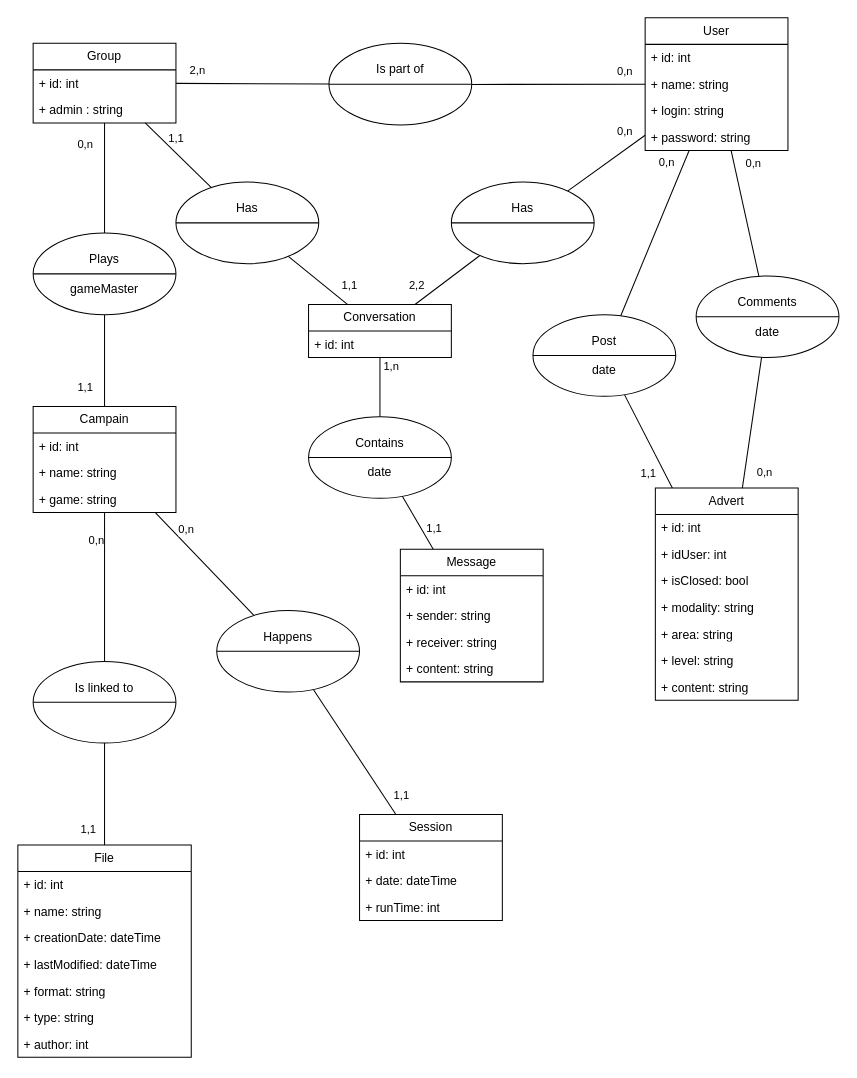
Before: page "MCD" (1 of 4) of Documentation/Diagrames.drawio in ThreeLeggedDuckling/I3WAD_SymfonyProject, a draw.io diagram. Source tidied: cells renumbered, new cells numbered last; positions are measured from the earlier drawing's top-left corner, leaving out a move shared by most shapes. Both pictures are drawn from the tidied source at 102%, with x=0, y=0 at pixel (17, 17).
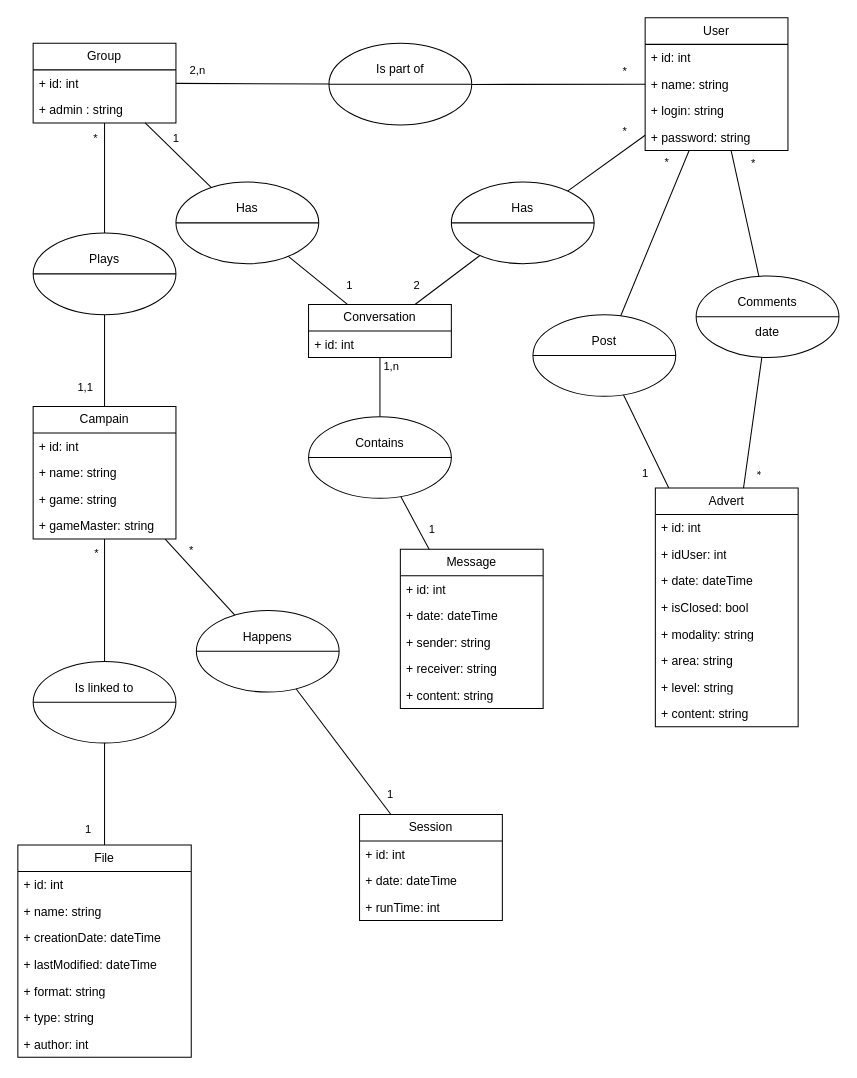
Above is the later version.

Unchanged cells that the change refers to:
```xml
<mxCell id="41" style="endArrow=none;html=1;rounded=0;" parent="1" edge="1" source="80" target="7">
  <mxGeometry relative="1" as="geometry" />
</mxCell>
<mxCell id="43" style="endArrow=none;html=1;rounded=0;" parent="1" edge="1" source="78" target="7">
  <mxGeometry relative="1" as="geometry" />
</mxCell>
<mxCell id="45" style="endArrow=none;html=1;rounded=0;" parent="1" edge="1" source="79" target="2">
  <mxGeometry relative="1" as="geometry" />
</mxCell>
<mxCell id="49" style="endArrow=none;html=1;rounded=0;" parent="1" edge="1" source="82" target="2">
  <mxGeometry relative="1" as="geometry" />
</mxCell>
<mxCell id="51" style="endArrow=none;html=1;rounded=0;" parent="1" edge="1" source="77" target="2">
  <mxGeometry relative="1" as="geometry" />
</mxCell>
<mxCell id="55" style="endArrow=none;html=1;rounded=0;" parent="1" edge="1" source="18" target="78">
  <mxGeometry relative="1" as="geometry" />
</mxCell>
<mxCell id="57" style="endArrow=none;html=1;rounded=0;" parent="1" edge="1" source="79" target="18">
  <mxGeometry relative="1" as="geometry" />
</mxCell>
<mxCell id="59" style="endArrow=none;html=1;rounded=0;" parent="1" edge="1" source="81" target="20">
  <mxGeometry relative="1" as="geometry" />
</mxCell>
<mxCell id="61" style="endArrow=none;html=1;rounded=0;" parent="1" edge="1" source="83" target="2">
  <mxGeometry relative="1" as="geometry" />
</mxCell>
<mxCell id="63" style="endArrow=none;html=1;rounded=0;" parent="1" edge="1" source="10" target="82">
  <mxGeometry relative="1" as="geometry" />
</mxCell>
<mxCell id="65" style="endArrow=none;html=1;rounded=0;" parent="1" edge="1" source="10" target="83">
  <mxGeometry relative="1" as="geometry" />
</mxCell>
<mxCell id="69" style="endArrow=none;html=1;rounded=0;" parent="1" edge="1" source="29" target="85">
  <mxGeometry relative="1" as="geometry" />
</mxCell>
<mxCell id="71" style="endArrow=none;html=1;rounded=0;" parent="1" edge="1" source="37" target="84">
  <mxGeometry relative="1" as="geometry" />
</mxCell>
<mxCell id="73" style="endArrow=none;html=1;rounded=0;" parent="1" edge="1" source="85" target="25">
  <mxGeometry relative="1" as="geometry" />
</mxCell>
<mxCell id="75" style="endArrow=none;html=1;rounded=0;" parent="1" edge="1" source="84" target="25">
  <mxGeometry relative="1" as="geometry" />
</mxCell>
```

What changed in the source:
```diff
@@
     <mxCell id="10" value="Advert" style="swimlane;fontStyle=0;horizontal=1;startSize=26;fillColor=none;whiteSpace=wrap;html=1;" parent="1" vertex="1">
-      <mxGeometry x="625" y="461" width="140" height="208" as="geometry" />
+      <mxGeometry x="625" y="461" width="140" height="234" as="geometry" />
     </mxCell>
@@
+    <mxCell id="86" value="+ date: dateTime" style="text;strokeColor=none;fillColor=none;align=left;verticalAlign=top;spacingLeft=4;spacingRight=4;overflow=hidden;whiteSpace=wrap;html=1;" parent="10" vertex="1">
+      <mxGeometry y="78" width="140" height="26" as="geometry" />
+    </mxCell>
     <mxCell id="13" value="+ isClosed: bool" style="text;strokeColor=none;fillColor=none;align=left;verticalAlign=top;spacingLeft=4;spacingRight=4;overflow=hidden;whiteSpace=wrap;html=1;" parent="10" vertex="1">
-      <mxGeometry y="78" width="140" height="26" as="geometry" />
+      <mxGeometry y="104" width="140" height="26" as="geometry" />
     </mxCell>
     <mxCell id="14" value="+ modality: string" style="text;strokeColor=none;fillColor=none;align=left;verticalAlign=top;spacingLeft=4;spacingRight=4;overflow=hidden;whiteSpace=wrap;html=1;" parent="10" vertex="1">
-      <mxGeometry y="104" width="140" height="26" as="geometry" />
+      <mxGeometry y="130" width="140" height="26" as="geometry" />
     </mxCell>
     <mxCell id="15" value="+ area: string" style="text;strokeColor=none;fillColor=none;align=left;verticalAlign=top;spacingLeft=4;spacingRight=4;overflow=hidden;whiteSpace=wrap;html=1;" parent="10" vertex="1">
-      <mxGeometry y="130" width="140" height="26" as="geometry" />
+      <mxGeometry y="156" width="140" height="26" as="geometry" />
     </mxCell>
     <mxCell id="16" value="+ level: string" style="text;strokeColor=none;fillColor=none;align=left;verticalAlign=top;spacingLeft=4;spacingRight=4;overflow=hidden;whiteSpace=wrap;html=1;" parent="10" vertex="1">
-      <mxGeometry y="156" width="140" height="26" as="geometry" />
+      <mxGeometry y="182" width="140" height="26" as="geometry" />
     </mxCell>
     <mxCell id="17" value="+ content: string" style="text;strokeColor=none;fillColor=none;align=left;verticalAlign=top;spacingLeft=4;spacingRight=4;overflow=hidden;whiteSpace=wrap;html=1;" parent="10" vertex="1">
-      <mxGeometry y="182" width="140" height="26" as="geometry" />
+      <mxGeometry y="208" width="140" height="26" as="geometry" />
     </mxCell>
@@
     <mxCell id="20" value="Message" style="swimlane;fontStyle=0;horizontal=1;startSize=26;fillColor=none;whiteSpace=wrap;html=1;" parent="1" vertex="1">
-      <mxGeometry x="375" y="521" width="140" height="130" as="geometry" />
+      <mxGeometry x="375" y="521" width="140" height="156" as="geometry" />
     </mxCell>
@@
+    <mxCell id="87" value="+ date: dateTime" style="text;strokeColor=none;fillColor=none;align=left;verticalAlign=top;spacingLeft=4;spacingRight=4;overflow=hidden;whiteSpace=wrap;html=1;" parent="20" vertex="1">
+      <mxGeometry y="52" width="140" height="26" as="geometry" />
+    </mxCell>
     <mxCell id="22" value="+ sender: string" style="text;strokeColor=none;fillColor=none;align=left;verticalAlign=top;spacingLeft=4;spacingRight=4;overflow=hidden;whiteSpace=wrap;html=1;" parent="20" vertex="1">
-      <mxGeometry y="52" width="140" height="26" as="geometry" />
+      <mxGeometry y="78" width="140" height="26" as="geometry" />
     </mxCell>
     <mxCell id="23" value="+ receiver: string" style="text;strokeColor=none;fillColor=none;align=left;verticalAlign=top;spacingLeft=4;spacingRight=4;overflow=hidden;whiteSpace=wrap;html=1;" parent="20" vertex="1">
-      <mxGeometry y="78" width="140" height="26" as="geometry" />
+      <mxGeometry y="104" width="140" height="26" as="geometry" />
     </mxCell>
     <mxCell id="24" value="+ content: string" style="text;strokeColor=none;fillColor=none;align=left;verticalAlign=top;spacingLeft=4;spacingRight=4;overflow=hidden;whiteSpace=wrap;html=1;" parent="20" vertex="1">
-      <mxGeometry y="104" width="140" height="26" as="geometry" />
+      <mxGeometry y="130" width="140" height="26" as="geometry" />
     </mxCell>
     <mxCell id="25" value="Campain" style="swimlane;fontStyle=0;horizontal=1;startSize=26;fillColor=none;whiteSpace=wrap;html=1;" parent="1" vertex="1">
-      <mxGeometry x="15" y="381" width="140" height="104" as="geometry" />
+      <mxGeometry x="15" y="381" width="140" height="130" as="geometry" />
     </mxCell>
@@
+    <mxCell id="88" value="+ gameMaster: string" style="text;strokeColor=none;fillColor=none;align=left;verticalAlign=top;spacingLeft=4;spacingRight=4;overflow=hidden;whiteSpace=wrap;html=1;" parent="25" vertex="1">
+      <mxGeometry y="104" width="140" height="26" as="geometry" />
+    </mxCell>
@@
-    <mxCell id="42" value="0,n" style="edgeLabel;html=1;align=center;verticalAlign=middle;" parent="41" vertex="1">
+    <mxCell id="42" value="*" style="edgeLabel;html=1;align=center;verticalAlign=middle;" parent="41" vertex="1">
       <mxGeometry y="-1" relative="1" as="geometry">
-        <mxPoint x="-21" y="-34" as="offset" />
+        <mxPoint x="-11" y="-40" as="offset" />
       </mxGeometry>
     </mxCell>
@@
-    <mxCell id="44" value="1,1" style="edgeLabel;html=1;align=center;verticalAlign=middle;" parent="43" vertex="1">
+    <mxCell id="44" value="1" style="edgeLabel;html=1;align=center;verticalAlign=middle;" parent="43" vertex="1">
       <mxGeometry x="-0.02" y="-2" relative="1" as="geometry">
         <mxPoint x="-5" y="-17" as="offset" />
       </mxGeometry>
     </mxCell>
@@
-    <mxCell id="46" value="0,n" style="edgeLabel;html=1;align=center;verticalAlign=middle;" parent="45" vertex="1">
+    <mxCell id="46" value="*" style="edgeLabel;html=1;align=center;verticalAlign=middle;" parent="45" vertex="1">
       <mxGeometry x="0.02" relative="1" as="geometry">
         <mxPoint x="17" y="-31" as="offset" />
       </mxGeometry>
     </mxCell>
@@
-    <mxCell id="50" value="0,n" style="edgeLabel;html=1;align=center;verticalAlign=middle;" parent="49" vertex="1">
+    <mxCell id="50" value="*" style="edgeLabel;html=1;align=center;verticalAlign=middle;" parent="49" vertex="1">
       <mxGeometry x="0.02" y="-1" relative="1" as="geometry">
         <mxPoint x="9" y="-69" as="offset" />
       </mxGeometry>
     </mxCell>
@@
-    <mxCell id="52" value="0,n" style="edgeLabel;html=1;align=center;verticalAlign=middle;" parent="51" vertex="1">
+    <mxCell id="52" value="*" style="edgeLabel;html=1;align=center;verticalAlign=middle;" parent="51" vertex="1">
       <mxGeometry relative="1" as="geometry">
         <mxPoint x="65" y="-13" as="offset" />
       </mxGeometry>
     </mxCell>
@@
-    <mxCell id="56" value="1,1" style="edgeLabel;html=1;align=center;verticalAlign=middle;" parent="55" vertex="1">
+    <mxCell id="56" value="1" style="edgeLabel;html=1;align=center;verticalAlign=middle;" parent="55" vertex="1">
       <mxGeometry x="-0.05" y="-1" relative="1" as="geometry">
         <mxPoint x="29" y="4" as="offset" />
       </mxGeometry>
     </mxCell>
@@
-    <mxCell id="58" value="2,2" style="edgeLabel;html=1;align=center;verticalAlign=middle;" parent="57" vertex="1">
+    <mxCell id="58" value="2" style="edgeLabel;html=1;align=center;verticalAlign=middle;" parent="57" vertex="1">
       <mxGeometry x="0.05" y="1" relative="1" as="geometry">
         <mxPoint x="-30" y="2" as="offset" />
       </mxGeometry>
     </mxCell>
@@
-    <mxCell id="60" value="1,1" style="edgeLabel;html=1;align=center;verticalAlign=middle;" parent="59" vertex="1">
+    <mxCell id="60" value="1" style="edgeLabel;html=1;align=center;verticalAlign=middle;" parent="59" vertex="1">
       <mxGeometry x="0.01" y="3" relative="1" as="geometry">
         <mxPoint x="13" y="7" as="offset" />
       </mxGeometry>
     </mxCell>
@@
-    <mxCell id="62" value="0,n" style="edgeLabel;html=1;align=center;verticalAlign=middle;" parent="61" vertex="1">
+    <mxCell id="62" value="*" style="edgeLabel;html=1;align=center;verticalAlign=middle;" parent="61" vertex="1">
       <mxGeometry x="0.02" y="2" relative="1" as="geometry">
         <mxPoint x="10" y="-49" as="offset" />
       </mxGeometry>
     </mxCell>
@@
-    <mxCell id="64" value="1,1" style="edgeLabel;html=1;align=center;verticalAlign=middle;" parent="63" vertex="1">
+    <mxCell id="64" value="1" style="edgeLabel;html=1;align=center;verticalAlign=middle;" parent="63" vertex="1">
       <mxGeometry relative="1" as="geometry">
         <mxPoint x="-1" y="31" as="offset" />
       </mxGeometry>
     </mxCell>
@@
-    <mxCell id="66" value="0,n" style="edgeLabel;html=1;align=center;verticalAlign=middle;" parent="65" vertex="1">
+    <mxCell id="66" value="*" style="edgeLabel;html=1;align=center;verticalAlign=middle;rotation=90;" parent="65" vertex="1">
       <mxGeometry relative="1" as="geometry">
-        <mxPoint x="12" y="49" as="offset" />
+        <mxPoint x="5" y="49" as="offset" />
       </mxGeometry>
     </mxCell>
@@
-    <mxCell id="70" value="1,1" style="edgeLabel;html=1;align=center;verticalAlign=middle;" parent="69" vertex="1">
+    <mxCell id="70" value="1" style="edgeLabel;html=1;align=center;verticalAlign=middle;" parent="69" vertex="1">
       <mxGeometry x="-0.02" y="1" relative="1" as="geometry">
         <mxPoint x="-16" y="33" as="offset" />
       </mxGeometry>
     </mxCell>
@@
-    <mxCell id="72" value="1,1" style="edgeLabel;html=1;align=center;verticalAlign=middle;" parent="71" vertex="1">
+    <mxCell id="72" value="1" style="edgeLabel;html=1;align=center;verticalAlign=middle;" parent="71" vertex="1">
       <mxGeometry x="0.04" y="-2" relative="1" as="geometry">
         <mxPoint x="45" y="45" as="offset" />
       </mxGeometry>
     </mxCell>
@@
-    <mxCell id="74" value="0,n" style="edgeLabel;html=1;align=center;verticalAlign=middle;" parent="73" vertex="1">
+    <mxCell id="74" value="*" style="edgeLabel;html=1;align=center;verticalAlign=middle;" parent="73" vertex="1">
       <mxGeometry x="-0.01" y="-1" relative="1" as="geometry">
         <mxPoint x="-10" y="-48" as="offset" />
       </mxGeometry>
     </mxCell>
@@
-    <mxCell id="76" value="0,n" style="edgeLabel;html=1;align=center;verticalAlign=middle;" parent="75" vertex="1">
+    <mxCell id="76" value="*" style="edgeLabel;html=1;align=center;verticalAlign=middle;" parent="75" vertex="1">
       <mxGeometry x="-0.03" y="1" relative="1" as="geometry">
-        <mxPoint x="-19" y="-36" as="offset" />
+        <mxPoint x="-9" y="-29" as="offset" />
       </mxGeometry>
     </mxCell>
@@
-    <mxCell id="80" value="&lt;div&gt;Plays&lt;/div&gt;&lt;div&gt;&lt;br&gt;&lt;/div&gt;&lt;div&gt;gameMaster&lt;/div&gt;" style="shape=lineEllipse;perimeter=ellipsePerimeter;whiteSpace=wrap;html=1;backgroundOutline=1;" parent="1" vertex="1">
+    <mxCell id="80" value="&lt;div&gt;Plays&lt;/div&gt;&lt;div&gt;&lt;br&gt;&lt;/div&gt;&lt;div&gt;&lt;br&gt;&lt;/div&gt;" style="shape=lineEllipse;perimeter=ellipsePerimeter;whiteSpace=wrap;html=1;backgroundOutline=1;" parent="1" vertex="1">
       <mxGeometry x="15" y="211" width="140" height="80" as="geometry" />
     </mxCell>
-    <mxCell id="81" value="&lt;div&gt;Contains&lt;/div&gt;&lt;div&gt;&lt;br&gt;&lt;/div&gt;&lt;div&gt;date&lt;/div&gt;" style="shape=lineEllipse;perimeter=ellipsePerimeter;whiteSpace=wrap;html=1;backgroundOutline=1;" parent="1" vertex="1">
+    <mxCell id="81" value="&lt;div&gt;Contains&lt;/div&gt;&lt;div&gt;&lt;br&gt;&lt;/div&gt;&lt;div&gt;&lt;br&gt;&lt;/div&gt;" style="shape=lineEllipse;perimeter=ellipsePerimeter;whiteSpace=wrap;html=1;backgroundOutline=1;" parent="1" vertex="1">
       <mxGeometry x="285" y="391" width="140" height="80" as="geometry" />
     </mxCell>
-    <mxCell id="82" value="&lt;div&gt;Post&lt;/div&gt;&lt;div&gt;&lt;br&gt;&lt;/div&gt;&lt;div&gt;date&lt;/div&gt;" style="shape=lineEllipse;perimeter=ellipsePerimeter;whiteSpace=wrap;html=1;backgroundOutline=1;" parent="1" vertex="1">
+    <mxCell id="82" value="&lt;div&gt;Post&lt;/div&gt;&lt;div&gt;&lt;br&gt;&lt;/div&gt;&lt;div&gt;&lt;br&gt;&lt;/div&gt;" style="shape=lineEllipse;perimeter=ellipsePerimeter;whiteSpace=wrap;html=1;backgroundOutline=1;" parent="1" vertex="1">
       <mxGeometry x="505" y="291" width="140" height="80" as="geometry" />
     </mxCell>
@@
     <mxCell id="84" value="&lt;div&gt;Happens&lt;/div&gt;&lt;div&gt;&lt;br&gt;&lt;/div&gt;&lt;div&gt;&lt;br&gt;&lt;/div&gt;" style="shape=lineEllipse;perimeter=ellipsePerimeter;whiteSpace=wrap;html=1;backgroundOutline=1;" parent="1" vertex="1">
-      <mxGeometry x="195" y="581" width="140" height="80" as="geometry" />
+      <mxGeometry x="175" y="581" width="140" height="80" as="geometry" />
     </mxCell>
```
